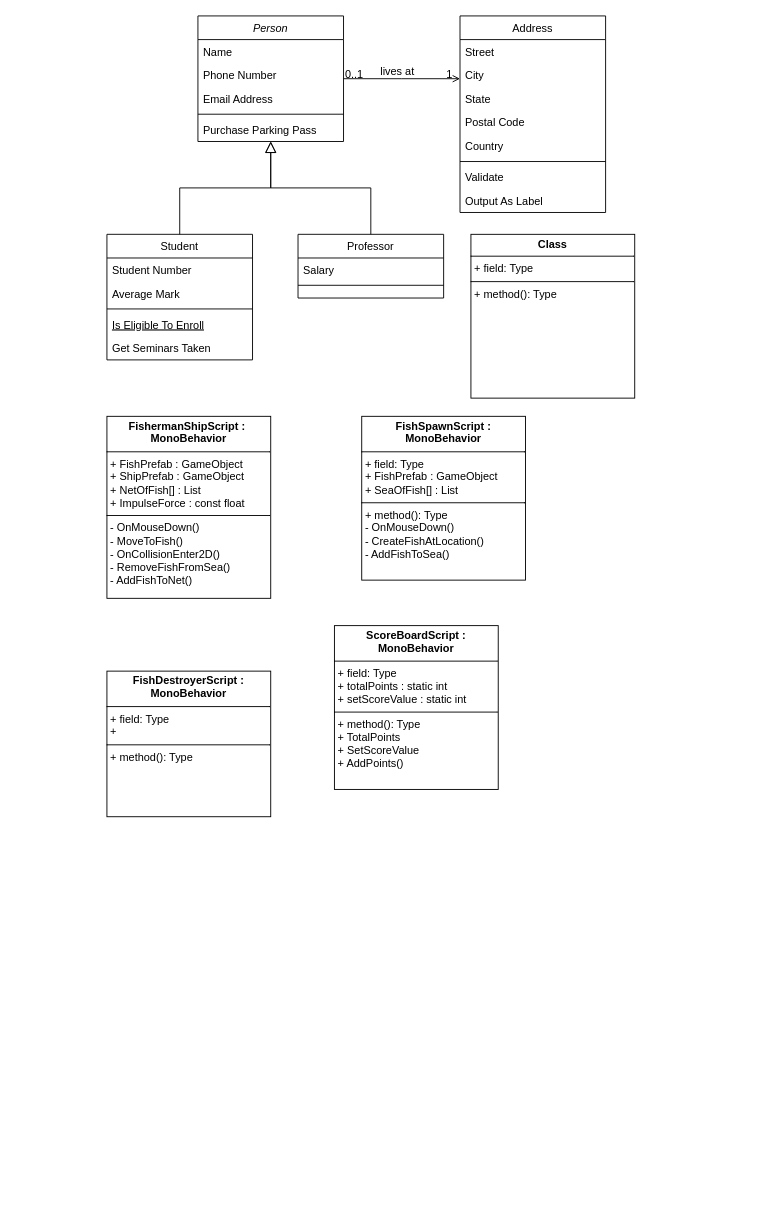
Before: FishCollectorDiagram.drawio in ayamonta/Diagrams, a draw.io diagram. Source tidied: cells renumbered, new cells numbered last; positions are measured from the earlier drawing's top-left corner, leaving out a move shared by most shapes. Both pictures are drawn from the tidied source at 91%, with x=0, y=0 at pixel (106, 15).
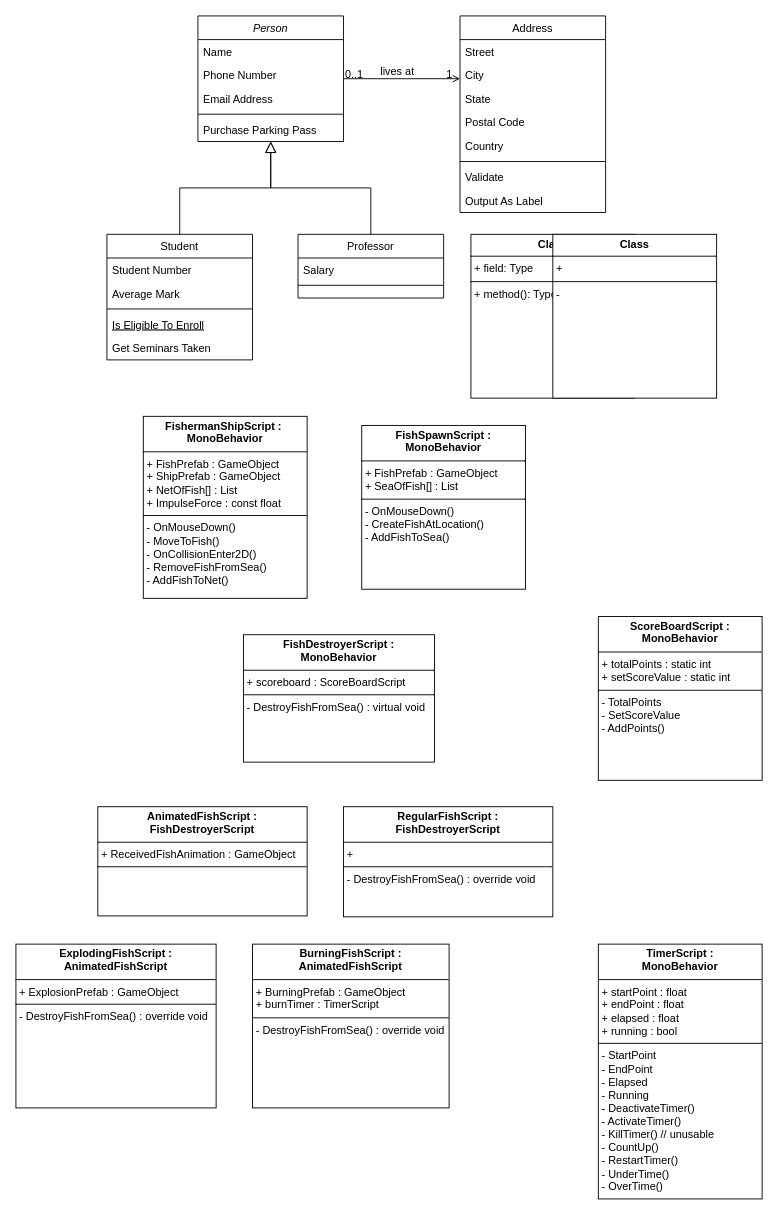
The same diagram, later.

Commit message:
added RegularFish, AnimatedFish, ExplodingFish, BurningFish, and Timer scripts to FishCollectorDiagram.drawio

Diff of the diagram source:
```diff
@@
     <mxCell id="32" value="&lt;p style=&quot;margin:0px;margin-top:4px;text-align:center;&quot;&gt;&lt;b&gt;FishermanShipScript :&amp;nbsp;&lt;br&gt;&lt;/b&gt;&lt;b style=&quot;background-color: initial;&quot;&gt;MonoBehavior&lt;/b&gt;&lt;/p&gt;&lt;hr size=&quot;1&quot; style=&quot;border-style:solid;&quot;&gt;&lt;p style=&quot;margin:0px;margin-left:4px;&quot;&gt;&lt;span style=&quot;background-color: initial;&quot;&gt;+ FishPrefab : GameObject&lt;/span&gt;&lt;/p&gt;&lt;p style=&quot;margin:0px;margin-left:4px;&quot;&gt;&lt;span style=&quot;background-color: initial;&quot;&gt;+ ShipPrefab : GameObject&lt;/span&gt;&lt;/p&gt;&lt;p style=&quot;margin:0px;margin-left:4px;&quot;&gt;+ NetOfFish[] : List&lt;/p&gt;&lt;p style=&quot;margin:0px;margin-left:4px;&quot;&gt;+ ImpulseForce : const float&lt;/p&gt;&lt;hr size=&quot;1&quot; style=&quot;border-style:solid;&quot;&gt;&lt;p style=&quot;margin:0px;margin-left:4px;&quot;&gt;&lt;span style=&quot;background-color: initial;&quot;&gt;- OnMouseDown()&lt;/span&gt;&lt;/p&gt;&lt;p style=&quot;margin:0px;margin-left:4px;&quot;&gt;- MoveToFish()&lt;/p&gt;&lt;p style=&quot;margin:0px;margin-left:4px;&quot;&gt;- OnCollisionEnter2D()&amp;nbsp;&lt;/p&gt;&lt;p style=&quot;margin:0px;margin-left:4px;&quot;&gt;- RemoveFishFromSea()&lt;/p&gt;&lt;p style=&quot;margin:0px;margin-left:4px;&quot;&gt;- AddFishToNet()&lt;/p&gt;" style="verticalAlign=top;align=left;overflow=fill;html=1;whiteSpace=wrap;" parent="1" vertex="1">
-      <mxGeometry y="440" width="180" height="200" as="geometry" />
+      <mxGeometry x="40" y="440" width="180" height="200" as="geometry" />
     </mxCell>
-    <mxCell id="33" value="&lt;p style=&quot;margin:0px;margin-top:4px;text-align:center;&quot;&gt;&lt;b&gt;FishSpawnScript :&lt;br&gt;MonoBehavior&lt;/b&gt;&lt;/p&gt;&lt;hr size=&quot;1&quot; style=&quot;border-style:solid;&quot;&gt;&lt;p style=&quot;margin:0px;margin-left:4px;&quot;&gt;+ field: Type&lt;/p&gt;&lt;p style=&quot;margin:0px;margin-left:4px;&quot;&gt;+ FishPrefab : GameObject&lt;/p&gt;&lt;p style=&quot;margin:0px;margin-left:4px;&quot;&gt;+ SeaOfFish[] : List&lt;/p&gt;&lt;hr size=&quot;1&quot; style=&quot;border-style:solid;&quot;&gt;&lt;p style=&quot;margin:0px;margin-left:4px;&quot;&gt;+ method(): Type&lt;/p&gt;&lt;p style=&quot;margin:0px;margin-left:4px;&quot;&gt;- OnMouseDown()&lt;/p&gt;&lt;p style=&quot;margin:0px;margin-left:4px;&quot;&gt;- CreateFishAtLocation()&lt;/p&gt;&lt;p style=&quot;margin:0px;margin-left:4px;&quot;&gt;- AddFishToSea()&lt;/p&gt;" style="verticalAlign=top;align=left;overflow=fill;html=1;whiteSpace=wrap;" parent="1" vertex="1">
-      <mxGeometry x="280" y="440" width="180" height="180" as="geometry" />
+    <mxCell id="33" value="&lt;p style=&quot;margin:0px;margin-top:4px;text-align:center;&quot;&gt;&lt;b&gt;FishSpawnScript :&lt;br&gt;MonoBehavior&lt;/b&gt;&lt;/p&gt;&lt;hr size=&quot;1&quot; style=&quot;border-style:solid;&quot;&gt;&lt;p style=&quot;margin:0px;margin-left:4px;&quot;&gt;&lt;span style=&quot;background-color: initial;&quot;&gt;+ FishPrefab : GameObject&lt;/span&gt;&lt;/p&gt;&lt;p style=&quot;margin:0px;margin-left:4px;&quot;&gt;+ SeaOfFish[] : List&lt;/p&gt;&lt;hr size=&quot;1&quot; style=&quot;border-style:solid;&quot;&gt;&lt;p style=&quot;margin:0px;margin-left:4px;&quot;&gt;&lt;span style=&quot;background-color: initial;&quot;&gt;- OnMouseDown()&lt;/span&gt;&lt;/p&gt;&lt;p style=&quot;margin:0px;margin-left:4px;&quot;&gt;- CreateFishAtLocation()&lt;/p&gt;&lt;p style=&quot;margin:0px;margin-left:4px;&quot;&gt;- AddFishToSea()&lt;/p&gt;" style="verticalAlign=top;align=left;overflow=fill;html=1;whiteSpace=wrap;" parent="1" vertex="1">
+      <mxGeometry x="280" y="450" width="180" height="180" as="geometry" />
     </mxCell>
-    <mxCell id="34" value="&lt;p style=&quot;margin:0px;margin-top:4px;text-align:center;&quot;&gt;&lt;b&gt;FishDestroyerScript : &lt;br&gt;MonoBehavior&lt;/b&gt;&lt;/p&gt;&lt;hr size=&quot;1&quot; style=&quot;border-style:solid;&quot;&gt;&lt;p style=&quot;margin:0px;margin-left:4px;&quot;&gt;+ field: Type&lt;/p&gt;&lt;p style=&quot;margin:0px;margin-left:4px;&quot;&gt;+&amp;nbsp;&lt;/p&gt;&lt;hr size=&quot;1&quot; style=&quot;border-style:solid;&quot;&gt;&lt;p style=&quot;margin:0px;margin-left:4px;&quot;&gt;+ method(): Type&lt;/p&gt;" style="verticalAlign=top;align=left;overflow=fill;html=1;whiteSpace=wrap;" parent="1" vertex="1">
-      <mxGeometry y="720" width="180" height="160" as="geometry" />
+    <mxCell id="34" value="&lt;p style=&quot;margin:0px;margin-top:4px;text-align:center;&quot;&gt;&lt;b&gt;FishDestroyerScript : &lt;br&gt;MonoBehavior&lt;/b&gt;&lt;/p&gt;&lt;hr size=&quot;1&quot; style=&quot;border-style:solid;&quot;&gt;&lt;p style=&quot;margin:0px;margin-left:4px;&quot;&gt;&lt;span style=&quot;background-color: initial;&quot;&gt;+ scoreboard : ScoreBoardScript&lt;/span&gt;&lt;br&gt;&lt;/p&gt;&lt;hr size=&quot;1&quot; style=&quot;border-style:solid;&quot;&gt;&lt;p style=&quot;margin:0px;margin-left:4px;&quot;&gt;&lt;span style=&quot;background-color: initial;&quot;&gt;- DestroyFishFromSea() : virtual void&lt;/span&gt;&lt;br&gt;&lt;/p&gt;" style="verticalAlign=top;align=left;overflow=fill;html=1;whiteSpace=wrap;" parent="1" vertex="1">
+      <mxGeometry x="150" y="680" width="210" height="140" as="geometry" />
     </mxCell>
@@
-    <mxCell id="37" value="&lt;p style=&quot;margin:0px;margin-top:4px;text-align:center;&quot;&gt;&lt;b&gt;ScoreBoardScript : &lt;br&gt;MonoBehavior&lt;/b&gt;&lt;/p&gt;&lt;hr size=&quot;1&quot; style=&quot;border-style:solid;&quot;&gt;&lt;p style=&quot;margin:0px;margin-left:4px;&quot;&gt;+ field: Type&lt;/p&gt;&lt;p style=&quot;margin:0px;margin-left:4px;&quot;&gt;+ totalPoints : static int&lt;/p&gt;&lt;p style=&quot;margin:0px;margin-left:4px;&quot;&gt;+ setScoreValue : static int&lt;/p&gt;&lt;hr size=&quot;1&quot; style=&quot;border-style:solid;&quot;&gt;&lt;p style=&quot;margin:0px;margin-left:4px;&quot;&gt;+ method(): Type&lt;/p&gt;&lt;p style=&quot;margin:0px;margin-left:4px;&quot;&gt;+ TotalPoints&lt;/p&gt;&lt;p style=&quot;margin:0px;margin-left:4px;&quot;&gt;+ SetScoreValue&lt;/p&gt;&lt;p style=&quot;margin:0px;margin-left:4px;&quot;&gt;+ AddPoints()&amp;nbsp;&lt;/p&gt;" style="verticalAlign=top;align=left;overflow=fill;html=1;whiteSpace=wrap;" parent="1" vertex="1">
-      <mxGeometry x="250" y="670" width="180" height="180" as="geometry" />
+    <mxCell id="37" value="&lt;p style=&quot;margin:0px;margin-top:4px;text-align:center;&quot;&gt;&lt;b&gt;ScoreBoardScript : &lt;br&gt;MonoBehavior&lt;/b&gt;&lt;/p&gt;&lt;hr size=&quot;1&quot; style=&quot;border-style:solid;&quot;&gt;&lt;p style=&quot;margin:0px;margin-left:4px;&quot;&gt;&lt;span style=&quot;background-color: initial;&quot;&gt;+ totalPoints : static int&lt;/span&gt;&lt;br&gt;&lt;/p&gt;&lt;p style=&quot;margin:0px;margin-left:4px;&quot;&gt;+ setScoreValue : static int&lt;/p&gt;&lt;hr size=&quot;1&quot; style=&quot;border-style:solid;&quot;&gt;&lt;p style=&quot;margin:0px;margin-left:4px;&quot;&gt;&lt;span style=&quot;background-color: initial;&quot;&gt;- TotalPoints&lt;/span&gt;&lt;br&gt;&lt;/p&gt;&lt;p style=&quot;margin:0px;margin-left:4px;&quot;&gt;- SetScoreValue&lt;/p&gt;&lt;p style=&quot;margin:0px;margin-left:4px;&quot;&gt;- AddPoints()&amp;nbsp;&lt;/p&gt;" style="verticalAlign=top;align=left;overflow=fill;html=1;whiteSpace=wrap;" parent="1" vertex="1">
+      <mxGeometry x="540" y="660" width="180" height="180" as="geometry" />
     </mxCell>
+    <mxCell id="38" value="&lt;p style=&quot;margin:0px;margin-top:4px;text-align:center;&quot;&gt;&lt;b&gt;AnimatedFishScript : &lt;br&gt;FishDestroyerScript&lt;/b&gt;&lt;/p&gt;&lt;hr size=&quot;1&quot; style=&quot;border-style:solid;&quot;&gt;&lt;p style=&quot;margin:0px;margin-left:4px;&quot;&gt;&lt;span style=&quot;background-color: initial;&quot;&gt;+ ReceivedFishAnimation : GameObject&lt;/span&gt;&lt;br&gt;&lt;/p&gt;&lt;hr size=&quot;1&quot; style=&quot;border-style:solid;&quot;&gt;&lt;p style=&quot;margin:0px;margin-left:4px;&quot;&gt;&lt;br&gt;&lt;/p&gt;" style="verticalAlign=top;align=left;overflow=fill;html=1;whiteSpace=wrap;" parent="1" vertex="1">
+      <mxGeometry x="-10" y="869" width="230" height="120" as="geometry" />
+    </mxCell>
+    <mxCell id="39" value="&lt;p style=&quot;margin:0px;margin-top:4px;text-align:center;&quot;&gt;&lt;b&gt;Class&lt;/b&gt;&lt;/p&gt;&lt;hr size=&quot;1&quot; style=&quot;border-style:solid;&quot;&gt;&lt;p style=&quot;margin:0px;margin-left:4px;&quot;&gt;+&amp;nbsp;&lt;/p&gt;&lt;hr size=&quot;1&quot; style=&quot;border-style:solid;&quot;&gt;&lt;p style=&quot;margin:0px;margin-left:4px;&quot;&gt;-&amp;nbsp;&lt;/p&gt;" style="verticalAlign=top;align=left;overflow=fill;html=1;whiteSpace=wrap;" parent="1" vertex="1">
+      <mxGeometry x="490" y="240" width="180" height="180" as="geometry" />
+    </mxCell>
+    <mxCell id="40" value="&lt;p style=&quot;margin:0px;margin-top:4px;text-align:center;&quot;&gt;&lt;b&gt;RegularFishScript : &lt;br&gt;FishDestroyerScript&lt;/b&gt;&lt;/p&gt;&lt;hr size=&quot;1&quot; style=&quot;border-style:solid;&quot;&gt;&lt;p style=&quot;margin:0px;margin-left:4px;&quot;&gt;+&amp;nbsp;&lt;/p&gt;&lt;hr size=&quot;1&quot; style=&quot;border-style:solid;&quot;&gt;&lt;p style=&quot;margin:0px;margin-left:4px;&quot;&gt;- DestroyFishFromSea() : override void&lt;/p&gt;" style="verticalAlign=top;align=left;overflow=fill;html=1;whiteSpace=wrap;" parent="1" vertex="1">
+      <mxGeometry x="260" y="869" width="230" height="121" as="geometry" />
+    </mxCell>
+    <mxCell id="41" value="&lt;p style=&quot;margin:0px;margin-top:4px;text-align:center;&quot;&gt;&lt;b&gt;ExplodingFishScript : &lt;br&gt;AnimatedFishScript&lt;/b&gt;&lt;/p&gt;&lt;hr size=&quot;1&quot; style=&quot;border-style:solid;&quot;&gt;&lt;p style=&quot;margin:0px;margin-left:4px;&quot;&gt;+ ExplosionPrefab : GameObject&lt;/p&gt;&lt;hr size=&quot;1&quot; style=&quot;border-style:solid;&quot;&gt;&lt;p style=&quot;margin:0px;margin-left:4px;&quot;&gt;- DestroyFishFromSea() : override void&lt;/p&gt;" style="verticalAlign=top;align=left;overflow=fill;html=1;whiteSpace=wrap;" parent="1" vertex="1">
+      <mxGeometry x="-100" y="1020" width="220" height="180" as="geometry" />
+    </mxCell>
+    <mxCell id="42" value="&lt;p style=&quot;margin:0px;margin-top:4px;text-align:center;&quot;&gt;&lt;b&gt;BurningFishScript : &lt;br&gt;AnimatedFishScript&lt;/b&gt;&lt;/p&gt;&lt;hr size=&quot;1&quot; style=&quot;border-style:solid;&quot;&gt;&lt;p style=&quot;margin:0px;margin-left:4px;&quot;&gt;+ BurningPrefab : GameObject&lt;/p&gt;&lt;p style=&quot;margin:0px;margin-left:4px;&quot;&gt;+ burnTimer : TimerScript&lt;/p&gt;&lt;hr size=&quot;1&quot; style=&quot;border-style:solid;&quot;&gt;&lt;p style=&quot;margin:0px;margin-left:4px;&quot;&gt;- DestroyFishFromSea() : override void&lt;/p&gt;" style="verticalAlign=top;align=left;overflow=fill;html=1;whiteSpace=wrap;" parent="1" vertex="1">
+      <mxGeometry x="160" y="1020" width="216" height="180" as="geometry" />
+    </mxCell>
+    <mxCell id="43" value="&lt;p style=&quot;margin:0px;margin-top:4px;text-align:center;&quot;&gt;&lt;b&gt;TimerScript : &lt;br&gt;MonoBehavior&lt;/b&gt;&lt;/p&gt;&lt;hr size=&quot;1&quot; style=&quot;border-style:solid;&quot;&gt;&lt;p style=&quot;margin:0px;margin-left:4px;&quot;&gt;+ startPoint : float&lt;/p&gt;&lt;p style=&quot;margin:0px;margin-left:4px;&quot;&gt;+ endPoint : float&lt;/p&gt;&lt;p style=&quot;margin:0px;margin-left:4px;&quot;&gt;+ elapsed : float&lt;/p&gt;&lt;p style=&quot;margin:0px;margin-left:4px;&quot;&gt;+ running : bool&lt;/p&gt;&lt;hr size=&quot;1&quot; style=&quot;border-style:solid;&quot;&gt;&lt;p style=&quot;margin:0px;margin-left:4px;&quot;&gt;- StartPoint&lt;/p&gt;&lt;p style=&quot;margin:0px;margin-left:4px;&quot;&gt;- EndPoint&lt;/p&gt;&lt;p style=&quot;margin:0px;margin-left:4px;&quot;&gt;- Elapsed&lt;/p&gt;&lt;p style=&quot;margin:0px;margin-left:4px;&quot;&gt;- Running&lt;/p&gt;&lt;p style=&quot;margin:0px;margin-left:4px;&quot;&gt;- DeactivateTimer()&lt;/p&gt;&lt;p style=&quot;margin:0px;margin-left:4px;&quot;&gt;- ActivateTimer()&lt;/p&gt;&lt;p style=&quot;margin:0px;margin-left:4px;&quot;&gt;- KillTimer() // unusable&lt;/p&gt;&lt;p style=&quot;margin:0px;margin-left:4px;&quot;&gt;- CountUp()&lt;/p&gt;&lt;p style=&quot;margin:0px;margin-left:4px;&quot;&gt;- RestartTimer()&lt;/p&gt;&lt;p style=&quot;margin:0px;margin-left:4px;&quot;&gt;- UnderTime()&lt;/p&gt;&lt;p style=&quot;margin:0px;margin-left:4px;&quot;&gt;- OverTime()&lt;/p&gt;" style="verticalAlign=top;align=left;overflow=fill;html=1;whiteSpace=wrap;" parent="1" vertex="1">
+      <mxGeometry x="540" y="1020" width="180" height="280" as="geometry" />
+    </mxCell>
```
